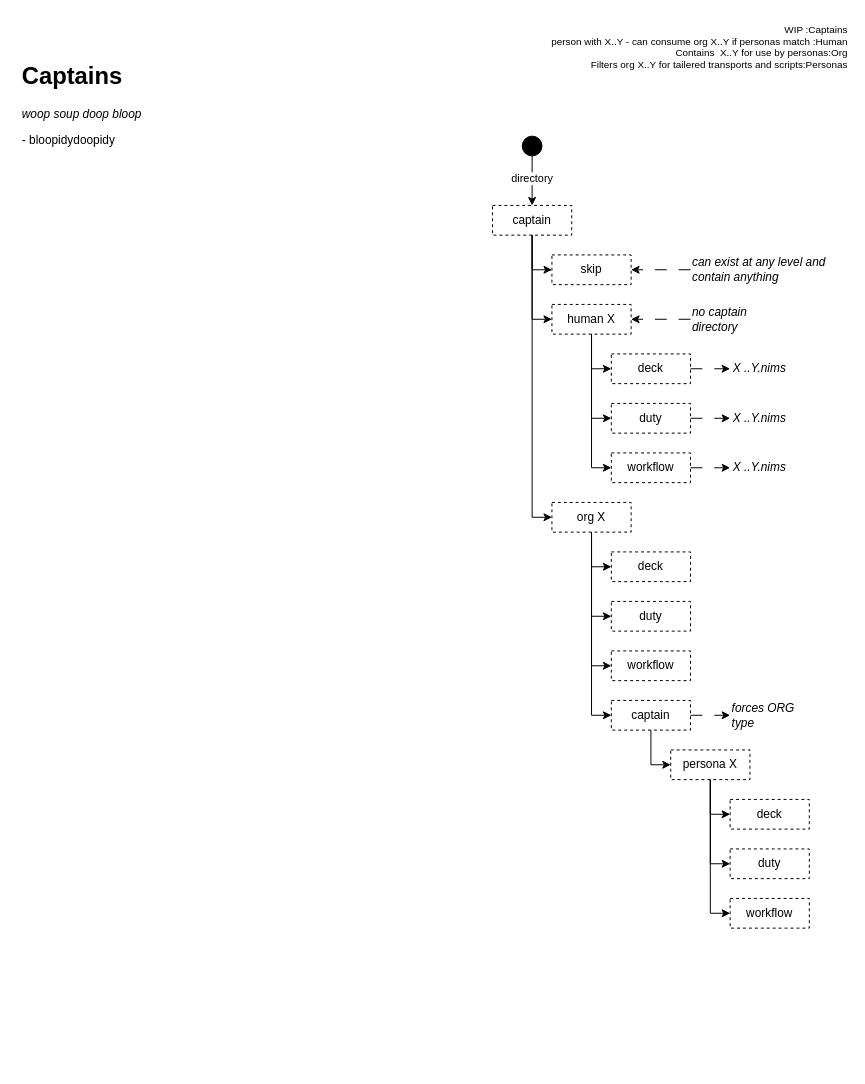
Before: page "captains" (3 of 5) of ADRs/boat_adr.drawio in noahehall/boat, a draw.io diagram. Source tidied: cells renumbered, new cells numbered last; positions are measured from the earlier drawing's top-left corner, leaving out a move shared by most shapes. Both pictures are drawn from the tidied source at 99%, with x=0, y=0 at pixel (17, 17).
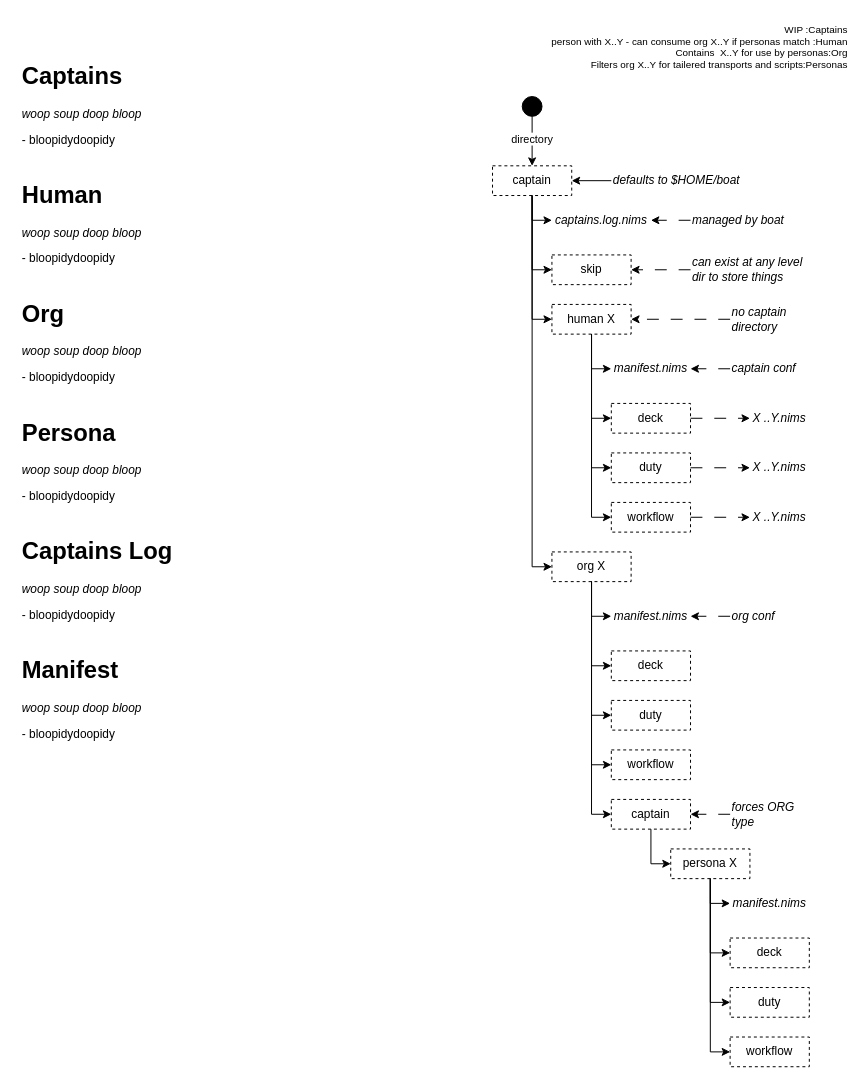
Above is the later version.

Unchanged cells that the change refers to:
```xml
<mxCell id="13" value="human X" style="text;html=1;strokeColor=default;fillColor=none;align=center;verticalAlign=middle;whiteSpace=wrap;rounded=0;dashed=1;" parent="1" vertex="1">
  <mxGeometry x="540" y="290" width="80" height="30" as="geometry" />
</mxCell>
```

The edit, as a diff of the source:
```diff
@@
     <mxCell id="3" style="ellipse;whiteSpace=wrap;html=1;labelBackgroundColor=#504949;fillColor=#000000;" parent="1" vertex="1">
-      <mxGeometry x="510" y="120" width="20" height="20" as="geometry" />
+      <mxGeometry x="510" y="80" width="20" height="20" as="geometry" />
     </mxCell>
     <mxCell id="4" value="&lt;h1&gt;Captains&lt;/h1&gt;&lt;p style=&quot;border-color: var(--border-color);&quot;&gt;&lt;span style=&quot;background-color: initial;&quot;&gt;&lt;i&gt;woop soup doop bloop&lt;/i&gt;&lt;/span&gt;&lt;/p&gt;&lt;p style=&quot;border-color: var(--border-color);&quot;&gt;&lt;span style=&quot;background-color: initial;&quot;&gt;- bloopidydoopidy&lt;/span&gt;&lt;br&gt;&lt;/p&gt;&lt;div&gt;&lt;br&gt;&lt;/div&gt;" style="text;html=1;strokeColor=none;fillColor=none;spacing=5;spacingTop=-20;whiteSpace=wrap;overflow=hidden;rounded=0;" parent="1" vertex="1">
-      <mxGeometry y="40" width="480" height="550" as="geometry" />
+      <mxGeometry y="40" width="480" height="120" as="geometry" />
     </mxCell>
@@
+    <mxCell id="47" style="edgeStyle=orthogonalEdgeStyle;rounded=0;jettySize=auto;html=1;entryX=0;entryY=0.5;entryDx=0;entryDy=0;strokeColor=default;" parent="1" edge="1" source="9" target="62">
+      <mxGeometry relative="1" as="geometry" />
+    </mxCell>
     <mxCell id="9" value="captain" style="text;html=1;strokeColor=default;fillColor=none;align=center;verticalAlign=middle;whiteSpace=wrap;rounded=0;dashed=1;" parent="1" vertex="1">
-      <mxGeometry x="480" y="190" width="80" height="30" as="geometry" />
+      <mxGeometry x="480" y="150" width="80" height="30" as="geometry" />
     </mxCell>
@@
+    <mxCell id="48" style="edgeStyle=orthogonalEdgeStyle;rounded=0;jettySize=auto;html=1;entryX=0;entryY=0.5;entryDx=0;entryDy=0;strokeColor=default;" parent="1" edge="1" source="13" target="53">
+      <mxGeometry relative="1" as="geometry" />
+    </mxCell>
@@
     <mxCell id="15" value="deck" style="text;html=1;strokeColor=default;fillColor=none;align=center;verticalAlign=middle;whiteSpace=wrap;rounded=0;dashed=1;" parent="1" vertex="1">
-      <mxGeometry x="600" y="340" width="80" height="30" as="geometry" />
+      <mxGeometry x="600" y="390" width="80" height="30" as="geometry" />
     </mxCell>
@@
     <mxCell id="17" value="duty" style="text;html=1;strokeColor=default;fillColor=none;align=center;verticalAlign=middle;whiteSpace=wrap;rounded=0;dashed=1;" parent="1" vertex="1">
-      <mxGeometry x="600" y="390" width="80" height="30" as="geometry" />
+      <mxGeometry x="600" y="440" width="80" height="30" as="geometry" />
     </mxCell>
@@
+    <mxCell id="49" style="edgeStyle=orthogonalEdgeStyle;rounded=0;jettySize=auto;html=1;entryX=0;entryY=0.5;entryDx=0;entryDy=0;strokeColor=default;" parent="1" edge="1" source="22" target="56">
+      <mxGeometry relative="1" as="geometry" />
+    </mxCell>
     <mxCell id="22" value="org X" style="text;html=1;strokeColor=default;fillColor=none;align=center;verticalAlign=middle;whiteSpace=wrap;rounded=0;dashed=1;" parent="1" vertex="1">
-      <mxGeometry x="540" y="490" width="80" height="30" as="geometry" />
+      <mxGeometry x="540" y="540" width="80" height="30" as="geometry" />
     </mxCell>
     <mxCell id="23" value="deck" style="text;html=1;strokeColor=default;fillColor=none;align=center;verticalAlign=middle;whiteSpace=wrap;rounded=0;dashed=1;" parent="1" vertex="1">
-      <mxGeometry x="600" y="540" width="80" height="30" as="geometry" />
+      <mxGeometry x="600" y="640" width="80" height="30" as="geometry" />
     </mxCell>
     <mxCell id="24" value="duty" style="text;html=1;strokeColor=default;fillColor=none;align=center;verticalAlign=middle;whiteSpace=wrap;rounded=0;dashed=1;" parent="1" vertex="1">
-      <mxGeometry x="600" y="590" width="80" height="30" as="geometry" />
+      <mxGeometry x="600" y="690" width="80" height="30" as="geometry" />
     </mxCell>
@@
-    <mxCell id="26" style="edgeStyle=orthogonalEdgeStyle;rounded=0;jettySize=auto;html=1;entryX=0;entryY=0.5;entryDx=0;entryDy=0;dashed=1;dashPattern=12 12;strokeColor=default;" parent="1" edge="1" source="27" target="38">
-      <mxGeometry relative="1" as="geometry" />
-    </mxCell>
     <mxCell id="27" value="captain" style="text;html=1;strokeColor=default;fillColor=none;align=center;verticalAlign=middle;whiteSpace=wrap;rounded=0;dashed=1;" parent="1" vertex="1">
-      <mxGeometry x="600" y="690" width="80" height="30" as="geometry" />
+      <mxGeometry x="600" y="790" width="80" height="30" as="geometry" />
     </mxCell>
@@
+    <mxCell id="50" style="edgeStyle=orthogonalEdgeStyle;rounded=0;jettySize=auto;html=1;entryX=0;entryY=0.5;entryDx=0;entryDy=0;strokeColor=default;" parent="1" edge="1" source="31" target="59">
+      <mxGeometry relative="1" as="geometry" />
+    </mxCell>
     <mxCell id="31" value="persona X" style="text;html=1;strokeColor=default;fillColor=none;align=center;verticalAlign=middle;whiteSpace=wrap;rounded=0;dashed=1;" parent="1" vertex="1">
-      <mxGeometry x="660" y="740" width="80" height="30" as="geometry" />
+      <mxGeometry x="660" y="840" width="80" height="30" as="geometry" />
     </mxCell>
     <mxCell id="32" value="deck" style="text;html=1;strokeColor=default;fillColor=none;align=center;verticalAlign=middle;whiteSpace=wrap;rounded=0;dashed=1;" parent="1" vertex="1">
-      <mxGeometry x="720" y="790" width="80" height="30" as="geometry" />
+      <mxGeometry x="720" y="930" width="80" height="30" as="geometry" />
     </mxCell>
     <mxCell id="33" value="duty" style="text;html=1;strokeColor=default;fillColor=none;align=center;verticalAlign=middle;whiteSpace=wrap;rounded=0;dashed=1;" parent="1" vertex="1">
-      <mxGeometry x="720" y="840" width="80" height="30" as="geometry" />
+      <mxGeometry x="720" y="980" width="80" height="30" as="geometry" />
     </mxCell>
@@
     <mxCell id="35" value="no captain directory" style="text;html=1;strokeColor=none;fillColor=none;align=left;verticalAlign=middle;whiteSpace=wrap;rounded=0;fontStyle=2;" parent="1" vertex="1">
-      <mxGeometry x="680" y="290" width="80" height="30" as="geometry" />
+      <mxGeometry x="720" y="290" width="80" height="30" as="geometry" />
     </mxCell>
     <mxCell id="36" value="X ..Y.nims" style="text;html=1;strokeColor=none;fillColor=none;align=center;verticalAlign=middle;whiteSpace=wrap;rounded=0;fontStyle=2;" parent="1" vertex="1">
-      <mxGeometry x="720" y="340" width="60" height="30" as="geometry" />
+      <mxGeometry x="740" y="390" width="60" height="30" as="geometry" />
     </mxCell>
     <mxCell id="37" value="X ..Y.nims" style="text;html=1;strokeColor=none;fillColor=none;align=center;verticalAlign=middle;whiteSpace=wrap;rounded=0;fontStyle=2;" parent="1" vertex="1">
-      <mxGeometry x="720" y="390" width="60" height="30" as="geometry" />
+      <mxGeometry x="740" y="440" width="60" height="30" as="geometry" />
     </mxCell>
+    <mxCell id="51" style="edgeStyle=orthogonalEdgeStyle;rounded=0;jettySize=auto;html=1;entryX=1;entryY=0.5;entryDx=0;entryDy=0;strokeColor=default;dashed=1;dashPattern=12 12;" parent="1" edge="1" source="38" target="27">
+      <mxGeometry relative="1" as="geometry" />
+    </mxCell>
     <mxCell id="38" value="forces ORG type" style="text;html=1;strokeColor=none;fillColor=none;align=left;verticalAlign=middle;whiteSpace=wrap;rounded=0;fontStyle=2;" parent="1" vertex="1">
-      <mxGeometry x="720" y="690" width="80" height="30" as="geometry" />
+      <mxGeometry x="720" y="790" width="80" height="30" as="geometry" />
     </mxCell>
@@
-    <mxCell id="41" value="can exist at any level and contain anything" style="text;html=1;strokeColor=none;fillColor=none;align=left;verticalAlign=middle;whiteSpace=wrap;rounded=0;fontStyle=2;" parent="1" vertex="1">
+    <mxCell id="41" value="can exist at any level&lt;br&gt;dir to store things" style="text;html=1;strokeColor=none;fillColor=none;align=left;verticalAlign=middle;whiteSpace=wrap;rounded=0;fontStyle=2;" parent="1" vertex="1">
       <mxGeometry x="680" y="240" width="160" height="30" as="geometry" />
     </mxCell>
@@
     <mxCell id="43" value="workflow" style="text;html=1;strokeColor=default;fillColor=none;align=center;verticalAlign=middle;whiteSpace=wrap;rounded=0;dashed=1;" parent="1" vertex="1">
-      <mxGeometry x="600" y="440" width="80" height="30" as="geometry" />
+      <mxGeometry x="600" y="490" width="80" height="30" as="geometry" />
     </mxCell>
     <mxCell id="44" value="X ..Y.nims" style="text;html=1;strokeColor=none;fillColor=none;align=center;verticalAlign=middle;whiteSpace=wrap;rounded=0;fontStyle=2;" parent="1" vertex="1">
-      <mxGeometry x="720" y="440" width="60" height="30" as="geometry" />
+      <mxGeometry x="740" y="490" width="60" height="30" as="geometry" />
     </mxCell>
     <mxCell id="45" value="workflow" style="text;html=1;strokeColor=default;fillColor=none;align=center;verticalAlign=middle;whiteSpace=wrap;rounded=0;dashed=1;" parent="1" vertex="1">
-      <mxGeometry x="600" y="640" width="80" height="30" as="geometry" />
+      <mxGeometry x="600" y="740" width="80" height="30" as="geometry" />
     </mxCell>
     <mxCell id="46" value="workflow" style="text;html=1;strokeColor=default;fillColor=none;align=center;verticalAlign=middle;whiteSpace=wrap;rounded=0;dashed=1;" parent="1" vertex="1">
-      <mxGeometry x="720" y="890" width="80" height="30" as="geometry" />
+      <mxGeometry x="720" y="1030" width="80" height="30" as="geometry" />
     </mxCell>
+    <mxCell id="52" value="&lt;h1&gt;Manifest&lt;/h1&gt;&lt;p style=&quot;border-color: var(--border-color);&quot;&gt;&lt;span style=&quot;background-color: initial;&quot;&gt;&lt;i&gt;woop soup doop bloop&lt;/i&gt;&lt;/span&gt;&lt;/p&gt;&lt;p style=&quot;border-color: var(--border-color);&quot;&gt;&lt;span style=&quot;background-color: initial;&quot;&gt;- bloopidydoopidy&lt;/span&gt;&lt;br&gt;&lt;/p&gt;&lt;div&gt;&lt;br&gt;&lt;/div&gt;" style="text;html=1;strokeColor=none;fillColor=none;spacing=5;spacingTop=-20;whiteSpace=wrap;overflow=hidden;rounded=0;" parent="1" vertex="1">
+      <mxGeometry y="640" width="480" height="160" as="geometry" />
+    </mxCell>
+    <mxCell id="53" value="manifest.nims" style="text;html=1;strokeColor=none;fillColor=none;align=center;verticalAlign=middle;whiteSpace=wrap;rounded=0;fontStyle=2;" parent="1" vertex="1">
+      <mxGeometry x="600" y="340" width="80" height="30" as="geometry" />
+    </mxCell>
+    <mxCell id="54" style="edgeStyle=orthogonalEdgeStyle;rounded=0;jettySize=auto;html=1;entryX=1;entryY=0.5;entryDx=0;entryDy=0;strokeColor=default;dashed=1;dashPattern=12 12;" parent="1" edge="1" source="55" target="53">
+      <mxGeometry relative="1" as="geometry" />
+    </mxCell>
+    <mxCell id="55" value="captain conf" style="text;html=1;strokeColor=none;fillColor=none;align=left;verticalAlign=middle;whiteSpace=wrap;rounded=0;fontStyle=2;" parent="1" vertex="1">
+      <mxGeometry x="720" y="340" width="80" height="30" as="geometry" />
+    </mxCell>
+    <mxCell id="56" value="manifest.nims" style="text;html=1;strokeColor=none;fillColor=none;align=center;verticalAlign=middle;whiteSpace=wrap;rounded=0;fontStyle=2;" parent="1" vertex="1">
+      <mxGeometry x="600" y="590" width="80" height="30" as="geometry" />
+    </mxCell>
+    <mxCell id="57" style="edgeStyle=orthogonalEdgeStyle;rounded=0;jettySize=auto;html=1;entryX=1;entryY=0.5;entryDx=0;entryDy=0;strokeColor=default;dashed=1;dashPattern=12 12;" parent="1" edge="1" source="58" target="56">
+      <mxGeometry relative="1" as="geometry" />
+    </mxCell>
+    <mxCell id="58" value="org conf" style="text;html=1;strokeColor=none;fillColor=none;align=left;verticalAlign=middle;whiteSpace=wrap;rounded=0;fontStyle=2;" parent="1" vertex="1">
+      <mxGeometry x="720" y="590" width="80" height="30" as="geometry" />
+    </mxCell>
+    <mxCell id="59" value="manifest.nims" style="text;html=1;strokeColor=none;fillColor=none;align=center;verticalAlign=middle;whiteSpace=wrap;rounded=0;fontStyle=2;" parent="1" vertex="1">
+      <mxGeometry x="720" y="880" width="80" height="30" as="geometry" />
+    </mxCell>
+    <mxCell id="60" style="edgeStyle=orthogonalEdgeStyle;rounded=0;jettySize=auto;html=1;entryX=1;entryY=0.5;entryDx=0;entryDy=0;strokeColor=default;" parent="1" edge="1" source="61" target="9">
+      <mxGeometry relative="1" as="geometry" />
+    </mxCell>
+    <mxCell id="61" value="defaults to $HOME/boat" style="text;html=1;strokeColor=none;fillColor=none;align=left;verticalAlign=middle;whiteSpace=wrap;rounded=0;fontStyle=2;" parent="1" vertex="1">
+      <mxGeometry x="600" y="150" width="190" height="30" as="geometry" />
+    </mxCell>
+    <mxCell id="62" value="captains.log.nims" style="text;html=1;strokeColor=none;fillColor=none;align=center;verticalAlign=middle;whiteSpace=wrap;rounded=0;fontStyle=2;" parent="1" vertex="1">
+      <mxGeometry x="540" y="190" width="100" height="30" as="geometry" />
+    </mxCell>
+    <mxCell id="63" style="edgeStyle=orthogonalEdgeStyle;rounded=0;jettySize=auto;html=1;strokeColor=default;dashed=1;dashPattern=12 12;entryX=1;entryY=0.5;entryDx=0;entryDy=0;" parent="1" edge="1" source="64" target="62">
+      <mxGeometry relative="1" as="geometry" />
+    </mxCell>
+    <mxCell id="64" value="managed by boat" style="text;html=1;strokeColor=none;fillColor=none;align=left;verticalAlign=middle;whiteSpace=wrap;rounded=0;fontStyle=2;" parent="1" vertex="1">
+      <mxGeometry x="680" y="190" width="110" height="30" as="geometry" />
+    </mxCell>
+    <mxCell id="65" value="&lt;h1&gt;Captains Log&lt;/h1&gt;&lt;p style=&quot;border-color: var(--border-color);&quot;&gt;&lt;span style=&quot;background-color: initial;&quot;&gt;&lt;i&gt;woop soup doop bloop&lt;/i&gt;&lt;/span&gt;&lt;/p&gt;&lt;p style=&quot;border-color: var(--border-color);&quot;&gt;&lt;span style=&quot;background-color: initial;&quot;&gt;- bloopidydoopidy&lt;/span&gt;&lt;br&gt;&lt;/p&gt;&lt;div&gt;&lt;br&gt;&lt;/div&gt;" style="text;html=1;strokeColor=none;fillColor=none;spacing=5;spacingTop=-20;whiteSpace=wrap;overflow=hidden;rounded=0;" parent="1" vertex="1">
+      <mxGeometry y="520" width="480" height="120" as="geometry" />
+    </mxCell>
+    <mxCell id="66" value="&lt;h1&gt;Human&lt;/h1&gt;&lt;p style=&quot;border-color: var(--border-color);&quot;&gt;&lt;span style=&quot;background-color: initial;&quot;&gt;&lt;i&gt;woop soup doop bloop&lt;/i&gt;&lt;/span&gt;&lt;/p&gt;&lt;p style=&quot;border-color: var(--border-color);&quot;&gt;&lt;span style=&quot;background-color: initial;&quot;&gt;- bloopidydoopidy&lt;/span&gt;&lt;br&gt;&lt;/p&gt;&lt;div&gt;&lt;br&gt;&lt;/div&gt;" style="text;html=1;strokeColor=none;fillColor=none;spacing=5;spacingTop=-20;whiteSpace=wrap;overflow=hidden;rounded=0;" parent="1" vertex="1">
+      <mxGeometry y="160" width="480" height="120" as="geometry" />
+    </mxCell>
+    <mxCell id="67" value="&lt;h1&gt;Org&lt;/h1&gt;&lt;p style=&quot;border-color: var(--border-color);&quot;&gt;&lt;span style=&quot;background-color: initial;&quot;&gt;&lt;i&gt;woop soup doop bloop&lt;/i&gt;&lt;/span&gt;&lt;/p&gt;&lt;p style=&quot;border-color: var(--border-color);&quot;&gt;&lt;span style=&quot;background-color: initial;&quot;&gt;- bloopidydoopidy&lt;/span&gt;&lt;br&gt;&lt;/p&gt;&lt;div&gt;&lt;br&gt;&lt;/div&gt;" style="text;html=1;strokeColor=none;fillColor=none;spacing=5;spacingTop=-20;whiteSpace=wrap;overflow=hidden;rounded=0;" parent="1" vertex="1">
+      <mxGeometry y="280" width="480" height="120" as="geometry" />
+    </mxCell>
+    <mxCell id="68" value="&lt;h1&gt;Persona&lt;/h1&gt;&lt;p style=&quot;border-color: var(--border-color);&quot;&gt;&lt;span style=&quot;background-color: initial;&quot;&gt;&lt;i&gt;woop soup doop bloop&lt;/i&gt;&lt;/span&gt;&lt;/p&gt;&lt;p style=&quot;border-color: var(--border-color);&quot;&gt;&lt;span style=&quot;background-color: initial;&quot;&gt;- bloopidydoopidy&lt;/span&gt;&lt;br&gt;&lt;/p&gt;&lt;div&gt;&lt;br&gt;&lt;/div&gt;" style="text;html=1;strokeColor=none;fillColor=none;spacing=5;spacingTop=-20;whiteSpace=wrap;overflow=hidden;rounded=0;" parent="1" vertex="1">
+      <mxGeometry y="400" width="480" height="120" as="geometry" />
+    </mxCell>
```
